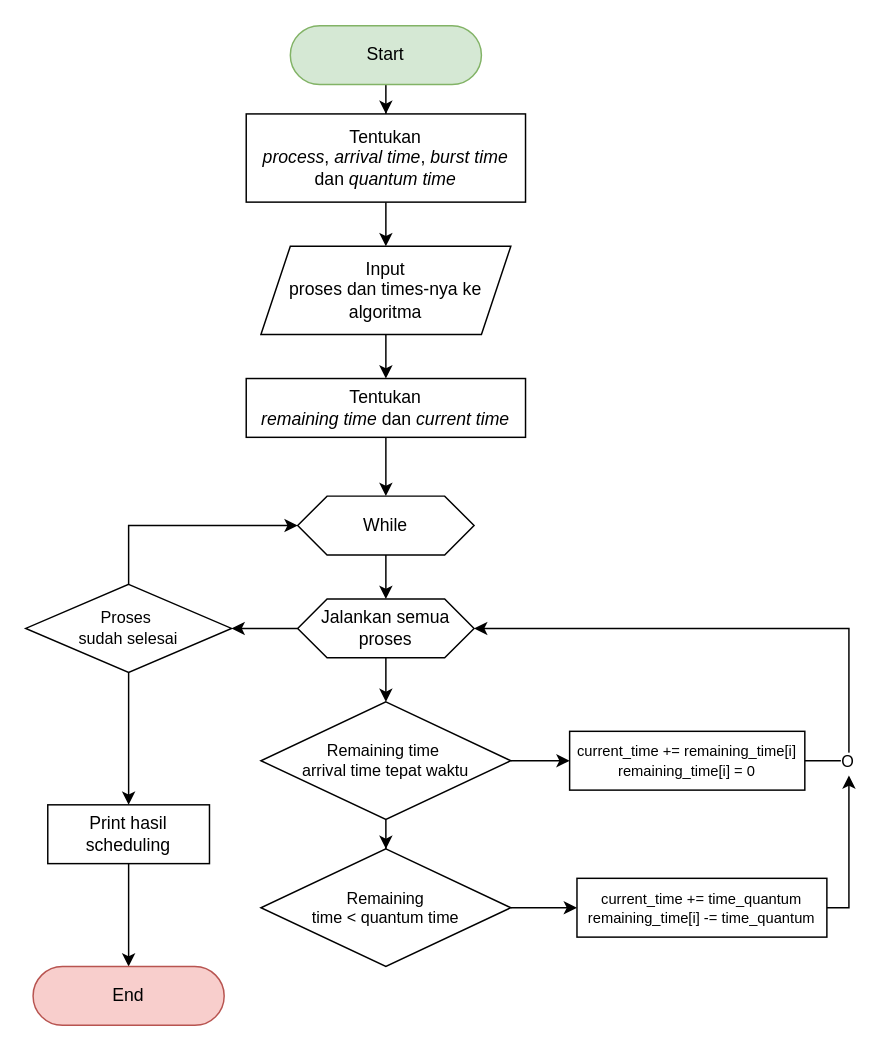
Before: Untitled Diagram.drawio in sayyyyed/round-robin-scheduling, a draw.io diagram. Source tidied: cells renumbered, new cells numbered last; positions are measured from the earlier drawing's top-left corner, leaving out a move shared by most shapes. Both pictures are drawn from the tidied source at 147%, with x=0, y=0 at pixel (25, 25).
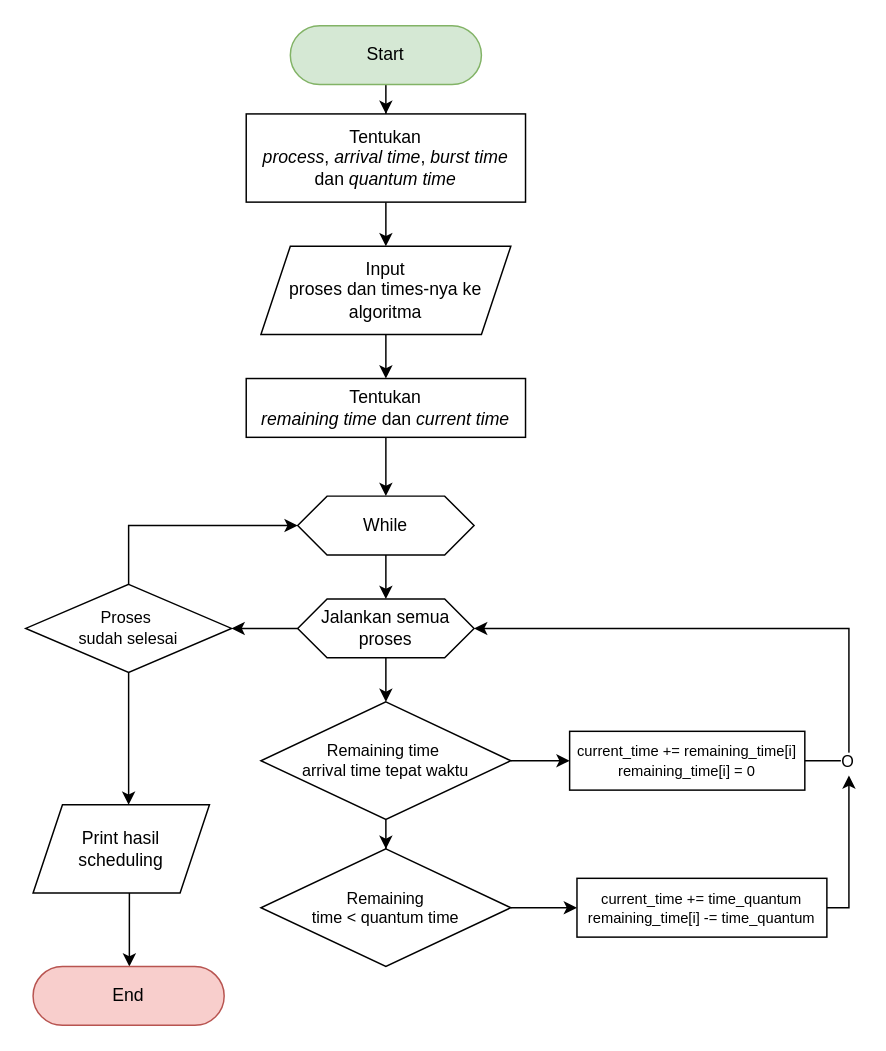
The same page after the edit.

The change refers to these unchanged cells:
```xml
<mxCell id="27" value="&lt;p style=&quot;line-height: 10%;&quot; class=&quot;MsoNormal&quot;&gt;&lt;span style=&quot;font-size: 11px;&quot;&gt;Proses&amp;nbsp;&lt;/span&gt;&lt;/p&gt;&lt;p style=&quot;line-height: 10%;&quot; class=&quot;MsoNormal&quot;&gt;&lt;span style=&quot;font-size: 11px;&quot;&gt;sudah selesai&lt;/span&gt;&lt;/p&gt;" style="rhombus;whiteSpace=wrap;html=1;rounded=0;shadow=0;align=center;" parent="1" vertex="1">
  <mxGeometry y="380" width="140" height="60" as="geometry" />
</mxCell>
```

Change to the diagram source:
```diff
@@
-    <mxCell id="26" style="edgeStyle=orthogonalEdgeStyle;rounded=0;jettySize=auto;html=1;" parent="1" edge="1" source="27" target="29">
-      <mxGeometry relative="1" as="geometry" />
+    <mxCell id="26" style="edgeStyle=orthogonalEdgeStyle;rounded=0;jettySize=auto;html=1;" parent="1" edge="1" source="27">
+      <mxGeometry relative="1" as="geometry">
+        <mxPoint x="70" y="530" as="targetPoint" />
+      </mxGeometry>
     </mxCell>
@@
-    <mxCell id="28" style="edgeStyle=orthogonalEdgeStyle;rounded=0;jettySize=auto;html=1;" parent="1" edge="1" source="29" target="30">
-      <mxGeometry relative="1" as="geometry" />
+    <mxCell id="28" style="edgeStyle=orthogonalEdgeStyle;rounded=0;jettySize=auto;html=1;exitX=0.546;exitY=0.995;exitDx=0;exitDy=0;exitPerimeter=0;" parent="1" edge="1" source="29" target="30">
+      <mxGeometry relative="1" as="geometry">
+        <Array as="points">
+          <mxPoint x="70" y="610" />
+          <mxPoint x="70" y="610" />
+        </Array>
+      </mxGeometry>
     </mxCell>
+    <mxCell id="30" value="End" style="rounded=1;whiteSpace=wrap;html=1;arcSize=50;fillColor=#f8cecc;strokeColor=#b85450;" parent="1" vertex="1">
+      <mxGeometry x="5" y="640" width="130" height="40" as="geometry" />
+    </mxCell>
-    <mxCell id="29" value="Print hasil scheduling" style="rounded=0;whiteSpace=wrap;html=1;" parent="1" vertex="1">
-      <mxGeometry x="15" y="530" width="110" height="40" as="geometry" />
+    <mxCell id="29" value="Print hasil &lt;br&gt;scheduling" style="shape=parallelogram;perimeter=parallelogramPerimeter;whiteSpace=wrap;html=1;fixedSize=1;" parent="1" vertex="1">
+      <mxGeometry x="5" y="530" width="120" height="60" as="geometry" />
     </mxCell>
-    <mxCell id="30" value="End" style="rounded=1;whiteSpace=wrap;html=1;arcSize=50;fillColor=#f8cecc;strokeColor=#b85450;" parent="1" vertex="1">
-      <mxGeometry x="5" y="640" width="130" height="40" as="geometry" />
-    </mxCell>
```
